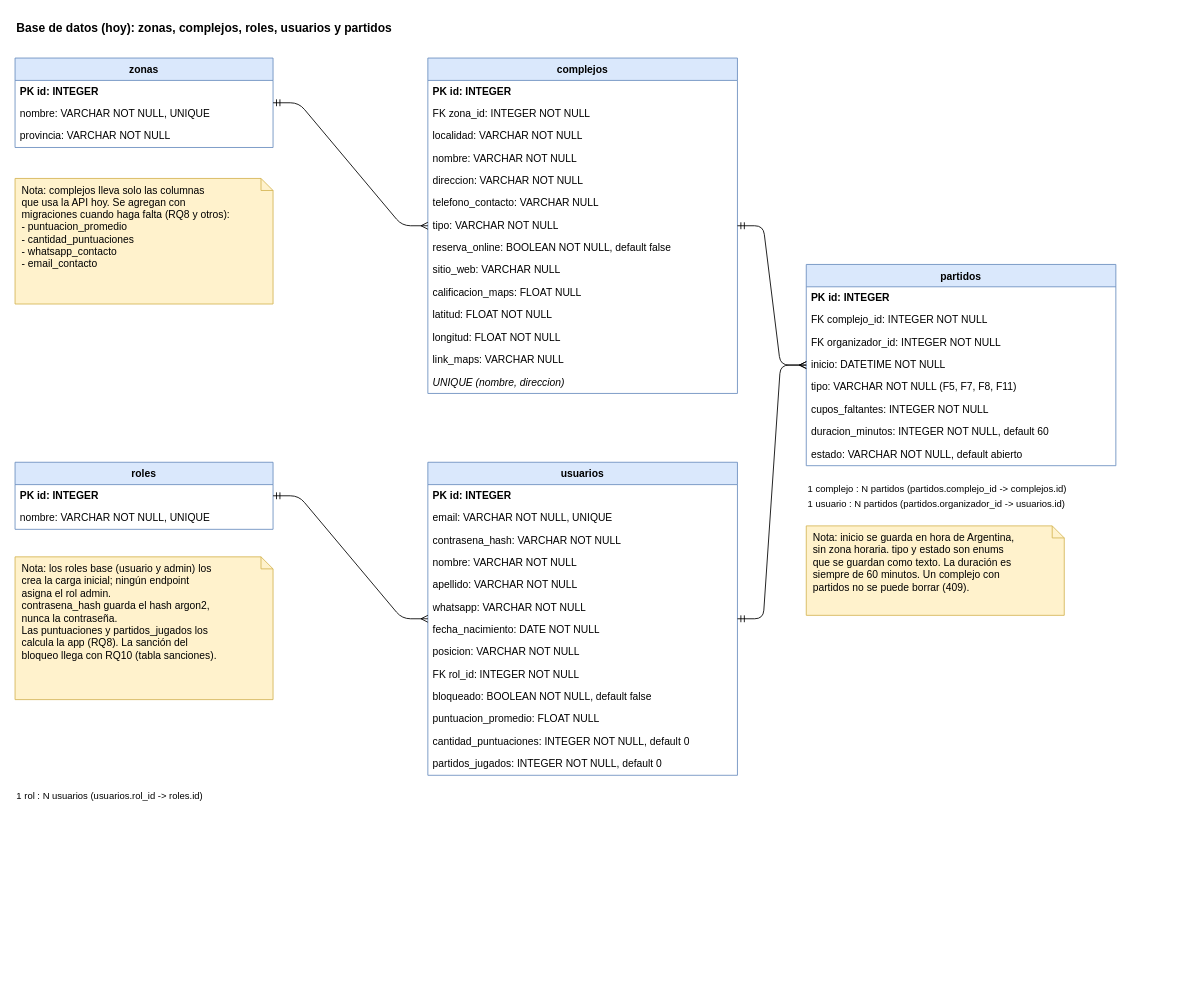
The draw.io diagram docs/diagramas/base-de-datos.drawio in nvranco/fulvo, before the edit. Source tidied: cells renumbered, new cells numbered last; positions are measured from the earlier drawing's top-left corner, leaving out a move shared by most shapes. Both pictures are drawn from the tidied source at 86%, with x=0, y=0 at pixel (15, 15).
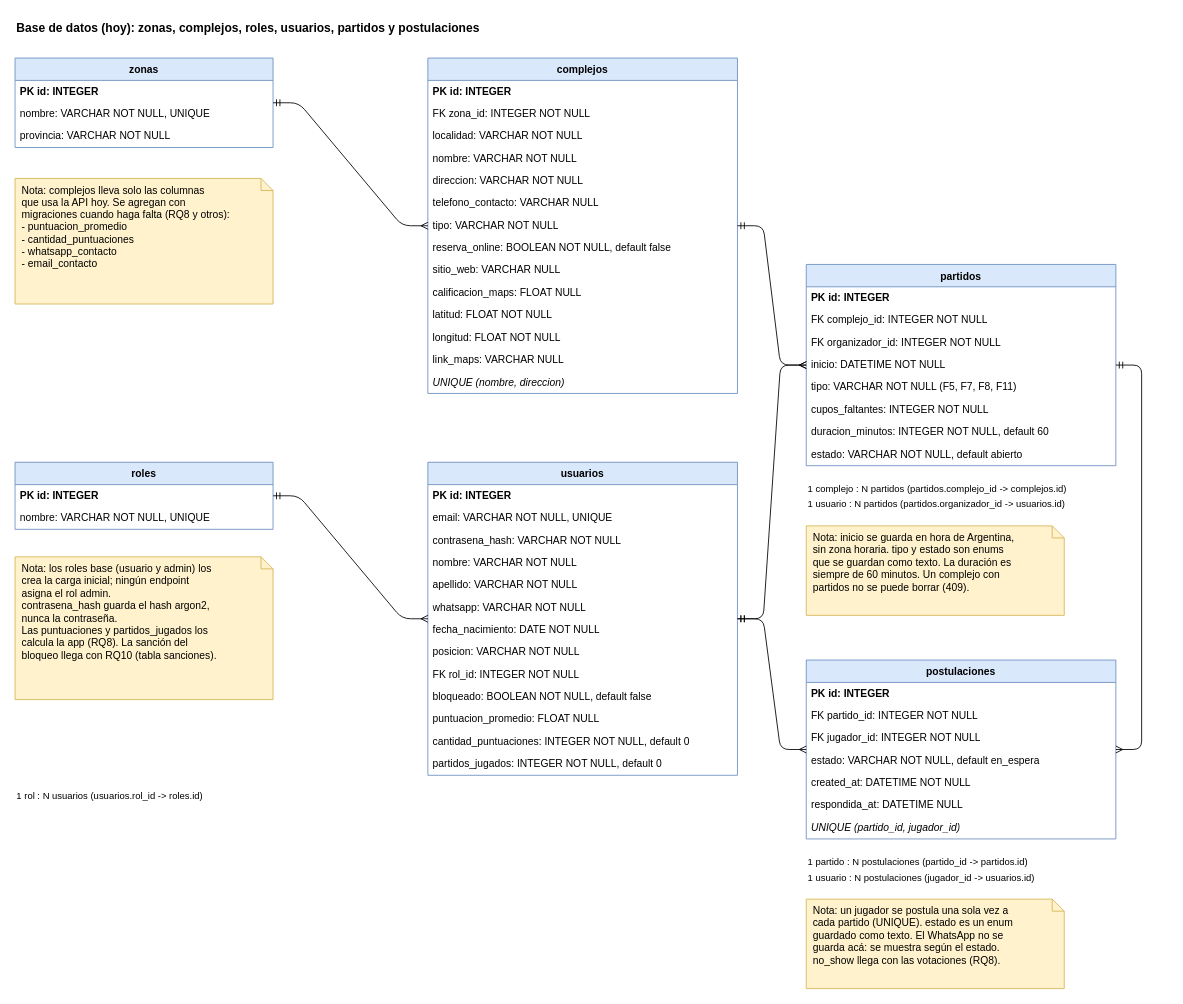
After the change.

Commit message (it also covers changes not shown here):
docs: documento las postulaciones y dónde vive el patrón observer

Unchanged cells that the change refers to:
```xml
<mxCell id="28" value="usuarios" style="swimlane;fontStyle=1;align=center;verticalAlign=top;horizontal=1;startSize=26;fillColor=#dae8fc;strokeColor=#6c8ebf;" parent="1" vertex="1">
  <mxGeometry x="480" y="520" width="360" height="364" as="geometry" />
</mxCell>
<mxCell id="45" value="partidos" style="swimlane;fontStyle=1;align=center;verticalAlign=top;horizontal=1;startSize=26;fillColor=#dae8fc;strokeColor=#6c8ebf;" parent="1" vertex="1">
  <mxGeometry x="920" y="290" width="360" height="234" as="geometry" />
</mxCell>
```

What changed in the source:
```diff
@@
-    <mxCell id="22" value="Base de datos (hoy): zonas, complejos, roles, usuarios y partidos" style="text;html=1;align=left;fontStyle=1;fontSize=14;" parent="1" vertex="1">
+    <mxCell id="22" value="Base de datos (hoy): zonas, complejos, roles, usuarios, partidos y postulaciones" style="text;html=1;align=left;fontStyle=1;fontSize=14;" parent="1" vertex="1">
       <mxGeometry width="420" height="24" as="geometry" />
     </mxCell>
@@
+    <mxCell id="59" value="postulaciones" style="swimlane;fontStyle=1;align=center;verticalAlign=top;horizontal=1;startSize=26;fillColor=#dae8fc;strokeColor=#6c8ebf;" parent="1" vertex="1">
+      <mxGeometry x="920" y="750" width="360" height="208" as="geometry" />
+    </mxCell>
+    <mxCell id="60" value="PK  id: INTEGER" style="text;strokeColor=none;fillColor=none;align=left;verticalAlign=middle;spacingLeft=4;spacingRight=4;overflow=hidden;whiteSpace=wrap;fontStyle=1;" parent="59" vertex="1">
+      <mxGeometry y="26" width="360" height="26" as="geometry" />
+    </mxCell>
+    <mxCell id="61" value="FK  partido_id: INTEGER  NOT NULL" style="text;strokeColor=none;fillColor=none;align=left;verticalAlign=middle;spacingLeft=4;spacingRight=4;overflow=hidden;whiteSpace=wrap;" parent="59" vertex="1">
+      <mxGeometry y="52" width="360" height="26" as="geometry" />
+    </mxCell>
+    <mxCell id="62" value="FK  jugador_id: INTEGER  NOT NULL" style="text;strokeColor=none;fillColor=none;align=left;verticalAlign=middle;spacingLeft=4;spacingRight=4;overflow=hidden;whiteSpace=wrap;" parent="59" vertex="1">
+      <mxGeometry y="78" width="360" height="26" as="geometry" />
+    </mxCell>
+    <mxCell id="63" value="estado: VARCHAR  NOT NULL, default en_espera" style="text;strokeColor=none;fillColor=none;align=left;verticalAlign=middle;spacingLeft=4;spacingRight=4;overflow=hidden;whiteSpace=wrap;" parent="59" vertex="1">
+      <mxGeometry y="104" width="360" height="26" as="geometry" />
+    </mxCell>
+    <mxCell id="64" value="created_at: DATETIME  NOT NULL" style="text;strokeColor=none;fillColor=none;align=left;verticalAlign=middle;spacingLeft=4;spacingRight=4;overflow=hidden;whiteSpace=wrap;" parent="59" vertex="1">
+      <mxGeometry y="130" width="360" height="26" as="geometry" />
+    </mxCell>
+    <mxCell id="65" value="respondida_at: DATETIME  NULL" style="text;strokeColor=none;fillColor=none;align=left;verticalAlign=middle;spacingLeft=4;spacingRight=4;overflow=hidden;whiteSpace=wrap;" parent="59" vertex="1">
+      <mxGeometry y="156" width="360" height="26" as="geometry" />
+    </mxCell>
+    <mxCell id="66" value="UNIQUE (partido_id, jugador_id)" style="text;strokeColor=none;fillColor=none;align=left;verticalAlign=middle;spacingLeft=4;spacingRight=4;overflow=hidden;whiteSpace=wrap;fontStyle=2;" parent="59" vertex="1">
+      <mxGeometry y="182" width="360" height="26" as="geometry" />
+    </mxCell>
+    <mxCell id="67" style="edgeStyle=entityRelationEdgeStyle;endArrow=ERmany;startArrow=ERmandOne;endFill=0;startFill=0;" parent="1" edge="1" source="45" target="59">
+      <mxGeometry relative="1" as="geometry" />
+    </mxCell>
+    <mxCell id="68" style="edgeStyle=entityRelationEdgeStyle;endArrow=ERmany;startArrow=ERmandOne;endFill=0;startFill=0;" parent="1" edge="1" source="28" target="59">
+      <mxGeometry relative="1" as="geometry" />
+    </mxCell>
+    <mxCell id="69" value="1 partido : N postulaciones (partido_id -&gt; partidos.id)" style="text;html=1;align=left;fontSize=11;" parent="1" vertex="1">
+      <mxGeometry x="920" y="972" width="400" height="20" as="geometry" />
+    </mxCell>
+    <mxCell id="70" value="1 usuario : N postulaciones (jugador_id -&gt; usuarios.id)" style="text;html=1;align=left;fontSize=11;" parent="1" vertex="1">
+      <mxGeometry x="920" y="990" width="400" height="20" as="geometry" />
+    </mxCell>
+    <mxCell id="71" value="Nota: un jugador se postula una sola vez a&#10;cada partido (UNIQUE). estado es un enum&#10;guardado como texto. El WhatsApp no se&#10;guarda acá: se muestra según el estado.&#10;no_show llega con las votaciones (RQ8)." style="shape=note;whiteSpace=wrap;html=1;align=left;verticalAlign=top;spacingLeft=6;fillColor=#fff2cc;strokeColor=#d6b656;size=14;" parent="1" vertex="1">
+      <mxGeometry x="920" y="1028" width="300" height="104" as="geometry" />
+    </mxCell>
```
